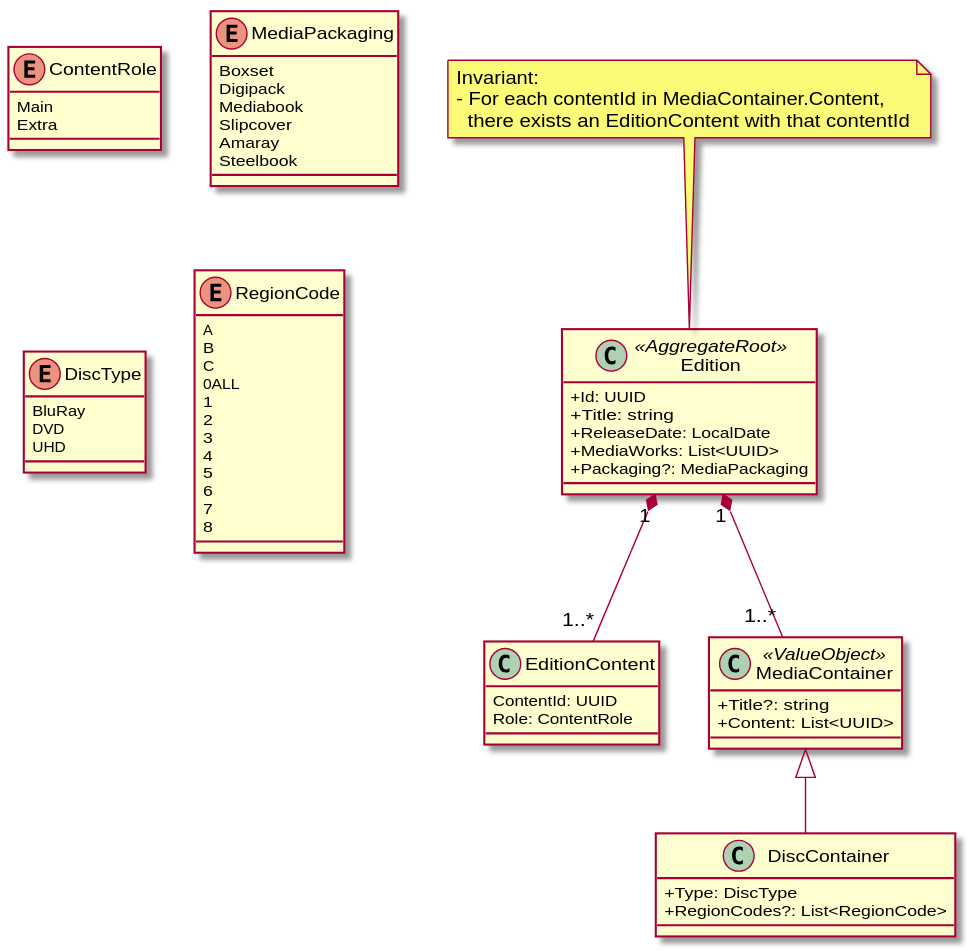
Earlier version of the PlantUML export docs/diagrams/domain/domain-edition.svg (yantue/colleq).
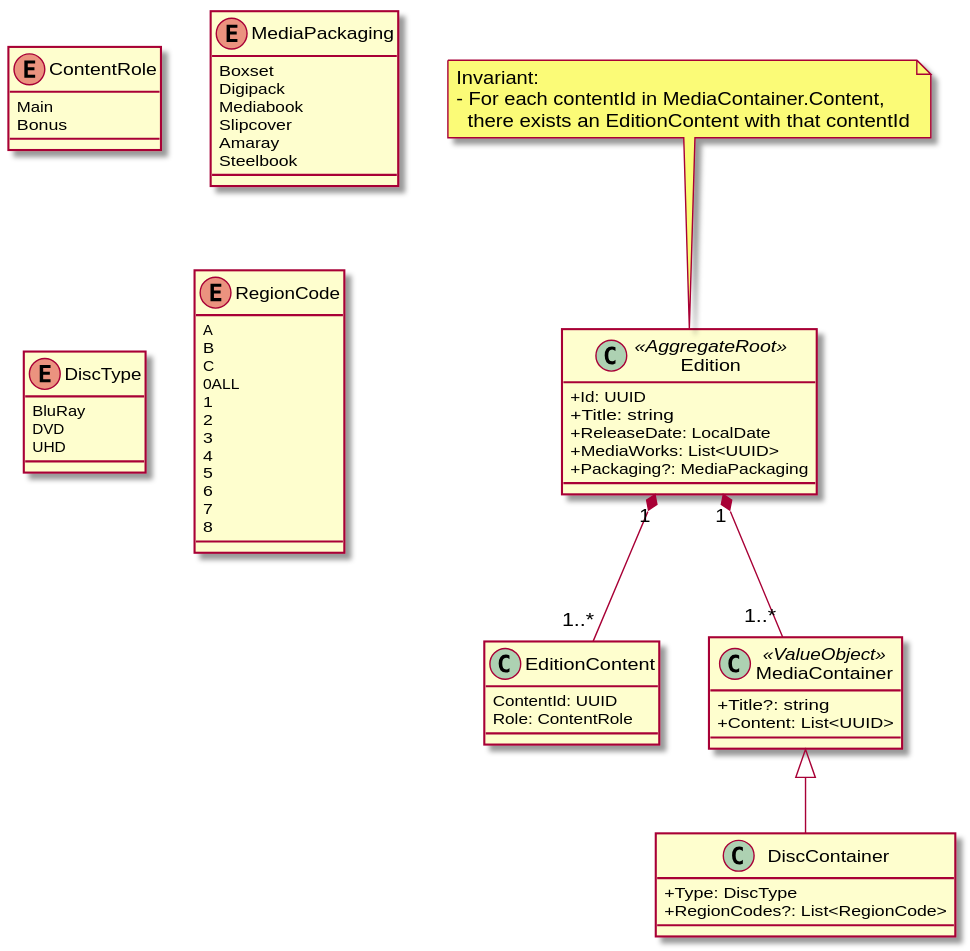
Above is the later version.

What changed in the source:
```diff
@@ -24,7 +24,7 @@
 
 enum ContentRole {
     Main
-    Extra
+    Bonus
 }
 
 class MediaContainer <<ValueObject>> {
```
